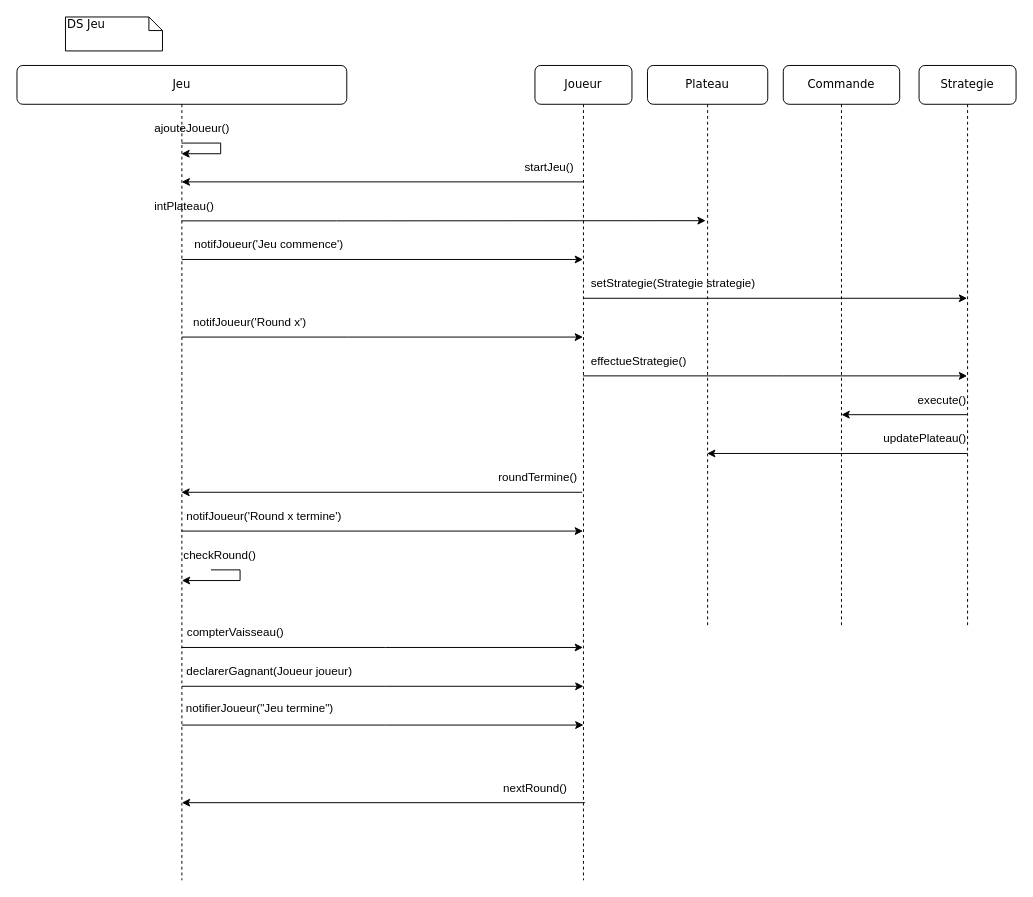
Earlier version of the draw.io diagram page "Sequence de Jeu" (1 of 4) of diagrammedesequence.drawio (haikll/pocket_imperium_java). Source tidied: cells renumbered, new cells numbered last; positions are measured from the earlier drawing's top-left corner, leaving out a move shared by most shapes. Both pictures are drawn from the tidied source at 97%, with x=0, y=0 at pixel (16, 16).
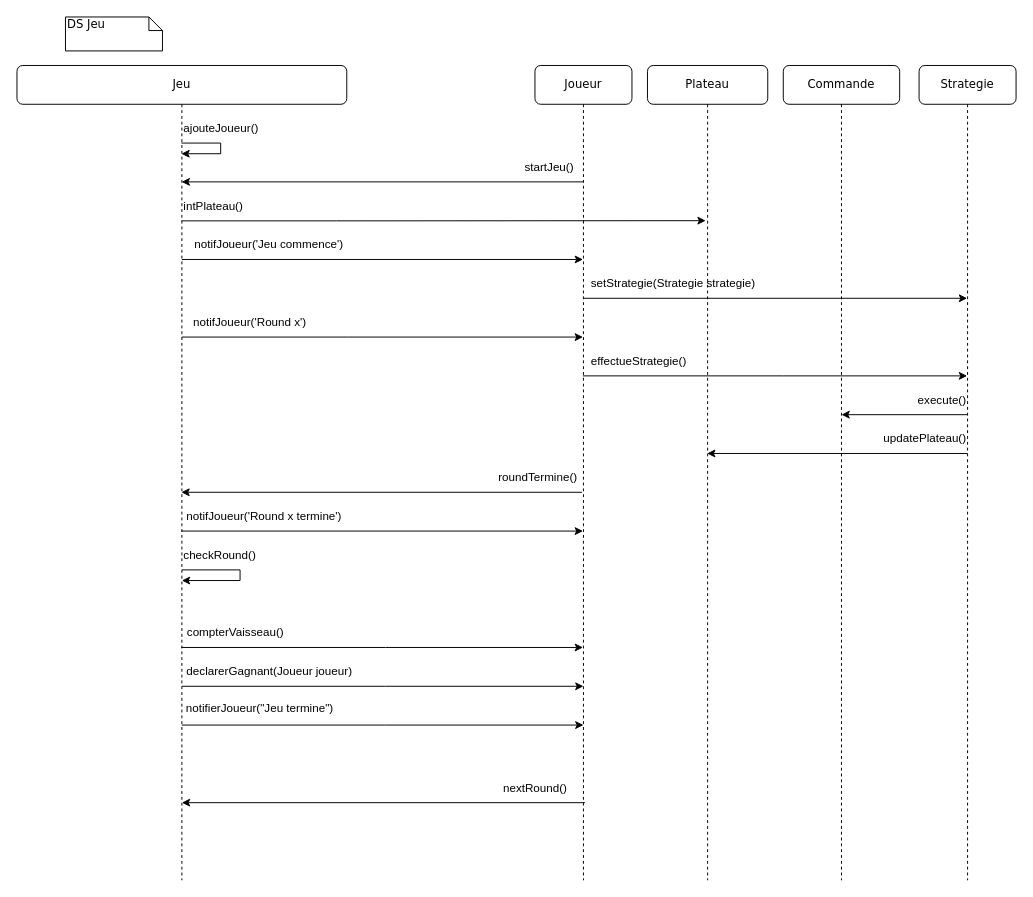
The same diagram, later.

The change refers to these unchanged cells:
```xml
<mxCell id="15" value="Jeu" style="shape=umlLifeline;perimeter=lifelinePerimeter;whiteSpace=wrap;html=1;outlineConnect=0;rounded=1;shadow=0;comic=0;labelBackgroundColor=none;strokeWidth=1;fontFamily=Verdana;fontSize=12;align=center;" parent="1" vertex="1">
  <mxGeometry y="50" width="340" height="840" as="geometry" />
</mxCell>
<mxCell id="18" value="&lt;div align=&quot;left&quot;&gt;checkRound()&lt;/div&gt;" style="text;html=1;align=left;verticalAlign=middle;whiteSpace=wrap;rounded=0;" parent="15" vertex="1">
  <mxGeometry x="170" y="490" width="60" height="30" as="geometry" />
</mxCell>
```

Diff of the diagram source:
```diff
@@
     <mxCell id="7" value="Plateau" style="shape=umlLifeline;perimeter=lifelinePerimeter;whiteSpace=wrap;html=1;outlineConnect=0;rounded=1;shadow=0;comic=0;labelBackgroundColor=none;strokeWidth=1;fontFamily=Verdana;fontSize=12;align=center;" parent="1" vertex="1">
-      <mxGeometry x="650" y="50" width="124" height="580" as="geometry" />
+      <mxGeometry x="650" y="50" width="124" height="840" as="geometry" />
     </mxCell>
     <mxCell id="8" value="Commande" style="shape=umlLifeline;perimeter=lifelinePerimeter;whiteSpace=wrap;html=1;rounded=1;shadow=0;comic=0;labelBackgroundColor=none;strokeWidth=1;fontFamily=Verdana;fontSize=12;align=center;" parent="1" vertex="1">
-      <mxGeometry x="790" y="50" width="120" height="580" as="geometry" />
+      <mxGeometry x="790" y="50" width="120" height="840" as="geometry" />
     </mxCell>
@@
     <mxCell id="10" value="Strategie" style="shape=umlLifeline;perimeter=lifelinePerimeter;whiteSpace=wrap;html=1;outlineConnect=0;rounded=1;shadow=0;comic=0;labelBackgroundColor=none;strokeWidth=1;fontFamily=Verdana;fontSize=12;align=center;" parent="1" vertex="1">
-      <mxGeometry x="930" y="50" width="100" height="580" as="geometry" />
+      <mxGeometry x="930" y="50" width="100" height="840" as="geometry" />
     </mxCell>
@@
     <mxCell id="16" value="&lt;div align=&quot;left&quot;&gt;intPlateau()&lt;/div&gt;" style="text;html=1;align=left;verticalAlign=middle;whiteSpace=wrap;rounded=0;" parent="15" vertex="1">
-      <mxGeometry x="140" y="130" width="60" height="30" as="geometry" />
+      <mxGeometry x="170" y="130" width="60" height="30" as="geometry" />
     </mxCell>
     <mxCell id="17" value="&lt;div align=&quot;left&quot;&gt;ajouteJoueur()&lt;/div&gt;" style="text;html=1;align=left;verticalAlign=middle;whiteSpace=wrap;rounded=0;" parent="15" vertex="1">
-      <mxGeometry x="140" y="50" width="60" height="30" as="geometry" />
+      <mxGeometry x="170" y="50" width="60" height="30" as="geometry" />
     </mxCell>
@@
-    <mxCell id="19" style="endArrow=classic;html=1;rounded=0;exitX=0.5;exitY=1;exitDx=0;exitDy=0;" parent="15" edge="1" source="18">
+    <mxCell id="19" style="endArrow=classic;html=1;rounded=0;exitX=0;exitY=1;exitDx=0;exitDy=0;" parent="15" edge="1" source="18">
       <mxGeometry relative="1" as="geometry">
         <mxPoint x="170" y="531" as="targetPoint" />
         <Array as="points">
           <mxPoint x="230" y="520" />
           <mxPoint x="230" y="531" />
         </Array>
       </mxGeometry>
     </mxCell>
```
